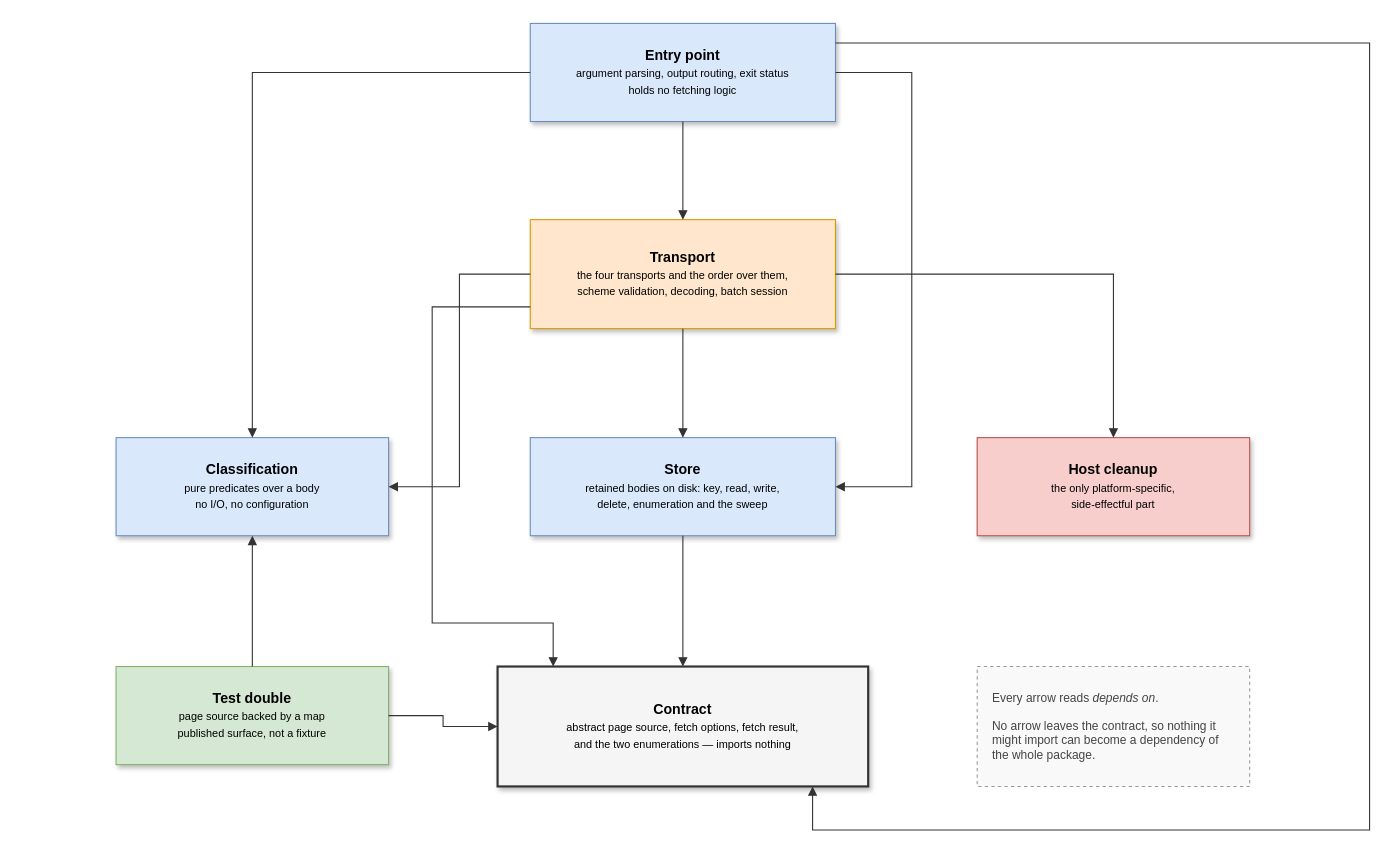
Above: docs/assets/05_level1_building_blocks.drawio in braboj/page-fetcher (draw.io), before the change. Source tidied: cells renumbered, new cells numbered last; positions are measured from the earlier drawing's top-left corner, leaving out a move shared by most shapes. Both pictures are drawn from the tidied source at 109%, with x=0, y=0 at pixel (116, 23).
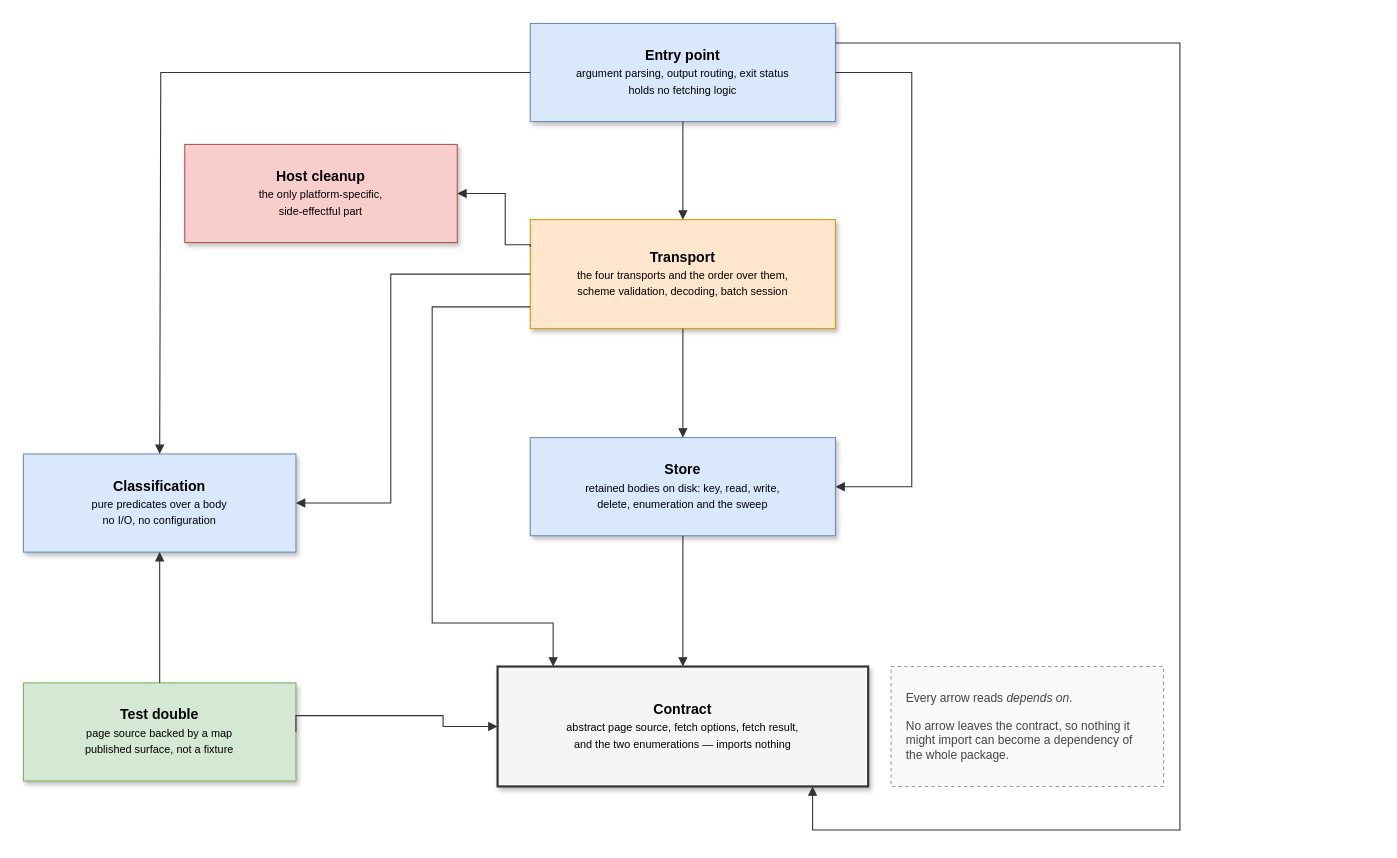
Above is the later version.

Commit message (it also covers changes not shown here):
docs(arc42): remove the crossings from the level-1 diagram

Unchanged cells that the change refers to:
```xml
<mxCell id="2" value="&lt;b&gt;Entry point&lt;/b&gt;&lt;br&gt;&lt;font style='font-size: 10px'&gt;argument parsing, output routing, exit status&lt;br&gt;holds no fetching logic&lt;/font&gt;" style="rounded=0;whiteSpace=wrap;html=1;shadow=1;fillColor=#dae8fc;strokeColor=#6c8ebf;fontSize=13;verticalAlign=middle;" parent="1" vertex="1">
  <mxGeometry x="380" width="280" height="90" as="geometry" />
</mxCell>
<mxCell id="3" value="&lt;b&gt;Transport&lt;/b&gt;&lt;br&gt;&lt;font style='font-size: 10px'&gt;the four transports and the order over them,&lt;br&gt;scheme validation, decoding, batch session&lt;/font&gt;" style="rounded=0;whiteSpace=wrap;html=1;shadow=1;fillColor=#ffe6cc;strokeColor=#d79b00;fontSize=13;verticalAlign=middle;" parent="1" vertex="1">
  <mxGeometry x="380" y="180" width="280" height="100" as="geometry" />
</mxCell>
<mxCell id="8" value="&lt;b&gt;Contract&lt;/b&gt;&lt;br&gt;&lt;font style='font-size: 10px'&gt;abstract page source, fetch options, fetch result,&lt;br&gt;and the two enumerations — imports nothing&lt;/font&gt;" style="rounded=0;whiteSpace=wrap;html=1;shadow=1;fillColor=#f5f5f5;strokeColor=#333333;strokeWidth=2;fontSize=13;verticalAlign=middle;" parent="1" vertex="1">
  <mxGeometry x="350" y="590" width="340" height="110" as="geometry" />
</mxCell>
```

What changed in the source:
```diff
@@
     <mxCell id="4" value="&lt;b&gt;Classification&lt;/b&gt;&lt;br&gt;&lt;font style='font-size: 10px'&gt;pure predicates over a body&lt;br&gt;no I/O, no configuration&lt;/font&gt;" style="rounded=0;whiteSpace=wrap;html=1;shadow=1;fillColor=#dae8fc;strokeColor=#6c8ebf;fontSize=13;verticalAlign=middle;" parent="1" vertex="1">
-      <mxGeometry y="380" width="250" height="90" as="geometry" />
+      <mxGeometry x="-85" y="395" width="250" height="90" as="geometry" />
     </mxCell>
@@
     <mxCell id="6" value="&lt;b&gt;Host cleanup&lt;/b&gt;&lt;br&gt;&lt;font style='font-size: 10px'&gt;the only platform-specific,&lt;br&gt;side-effectful part&lt;/font&gt;" style="rounded=0;whiteSpace=wrap;html=1;shadow=1;fillColor=#f8cecc;strokeColor=#b85450;fontSize=13;verticalAlign=middle;" parent="1" vertex="1">
-      <mxGeometry x="790" y="380" width="250" height="90" as="geometry" />
+      <mxGeometry x="63" y="111" width="250" height="90" as="geometry" />
     </mxCell>
     <mxCell id="7" value="&lt;b&gt;Test double&lt;/b&gt;&lt;br&gt;&lt;font style='font-size: 10px'&gt;page source backed by a map&lt;br&gt;published surface, not a fixture&lt;/font&gt;" style="rounded=0;whiteSpace=wrap;html=1;shadow=1;fillColor=#d5e8d4;strokeColor=#82b366;fontSize=13;verticalAlign=middle;" parent="1" vertex="1">
-      <mxGeometry y="590" width="250" height="90" as="geometry" />
+      <mxGeometry x="-85" y="605" width="250" height="90" as="geometry" />
     </mxCell>
@@
     <mxCell id="9" value="Every arrow reads &lt;i&gt;depends on&lt;/i&gt;.&lt;br&gt;&lt;br&gt;No arrow leaves the contract, so nothing it might import can become a dependency of the whole package." style="rounded=0;whiteSpace=wrap;html=1;dashed=1;fillColor=#f9f9f9;strokeColor=#999999;fontSize=11;align=left;verticalAlign=middle;spacingLeft=12;spacingRight=10;fontColor=#444444;" parent="1" vertex="1">
-      <mxGeometry x="790" y="590" width="250" height="110" as="geometry" />
+      <mxGeometry x="711" y="590" width="250" height="110" as="geometry" />
     </mxCell>
@@
     <mxCell id="11" style="edgeStyle=orthogonalEdgeStyle;rounded=0;html=1;fontSize=10;strokeColor=#333333;endArrow=block;endFill=1;labelBackgroundColor=#ffffff;exitX=0;exitY=0.5;exitDx=0;exitDy=0;entryX=0.5;entryY=0;entryDx=0;entryDy=0;" parent="1" edge="1" source="2" target="4">
       <mxGeometry relative="1" as="geometry">
         <Array as="points">
-          <mxPoint x="125" y="45" />
+          <mxPoint x="41" y="45" />
+          <mxPoint x="41" y="395" />
         </Array>
       </mxGeometry>
     </mxCell>
@@
     <mxCell id="13" style="edgeStyle=orthogonalEdgeStyle;rounded=0;html=1;fontSize=10;strokeColor=#333333;endArrow=block;endFill=1;labelBackgroundColor=#ffffff;exitX=1;exitY=0.2;exitDx=0;exitDy=0;entryX=0.85;entryY=1;entryDx=0;entryDy=0;" parent="1" edge="1" source="2" target="8">
       <mxGeometry relative="1" as="geometry">
         <Array as="points">
-          <mxPoint x="1150" y="18" />
-          <mxPoint x="1150" y="740" />
+          <mxPoint x="976" y="18" />
+          <mxPoint x="976" y="740" />
           <mxPoint x="639" y="740" />
         </Array>
       </mxGeometry>
     </mxCell>
     <mxCell id="14" style="edgeStyle=orthogonalEdgeStyle;rounded=0;html=1;fontSize=10;strokeColor=#333333;endArrow=block;endFill=1;labelBackgroundColor=#ffffff;exitX=0;exitY=0.5;exitDx=0;exitDy=0;entryX=1;entryY=0.5;entryDx=0;entryDy=0;" parent="1" edge="1" source="3" target="4">
       <mxGeometry relative="1" as="geometry">
         <Array as="points">
-          <mxPoint x="315" y="230" />
-          <mxPoint x="315" y="425" />
+          <mxPoint x="252" y="230" />
+          <mxPoint x="252" y="440" />
         </Array>
       </mxGeometry>
     </mxCell>
@@
-    <mxCell id="16" style="edgeStyle=orthogonalEdgeStyle;rounded=0;html=1;fontSize=10;strokeColor=#333333;endArrow=block;endFill=1;labelBackgroundColor=#ffffff;exitX=1;exitY=0.5;exitDx=0;exitDy=0;entryX=0.5;entryY=0;entryDx=0;entryDy=0;" parent="1" edge="1" source="3" target="6">
+    <mxCell id="16" style="edgeStyle=orthogonalEdgeStyle;rounded=0;html=1;fontSize=10;strokeColor=#333333;endArrow=block;endFill=1;labelBackgroundColor=#ffffff;exitX=0;exitY=0.25;exitDx=0;exitDy=0;entryX=1;entryY=0.5;entryDx=0;entryDy=0;" parent="1" edge="1" source="3" target="6">
       <mxGeometry relative="1" as="geometry">
         <Array as="points">
-          <mxPoint x="915" y="230" />
+          <mxPoint x="380" y="203" />
+          <mxPoint x="357" y="203" />
+          <mxPoint x="357" y="156" />
         </Array>
       </mxGeometry>
     </mxCell>
```
